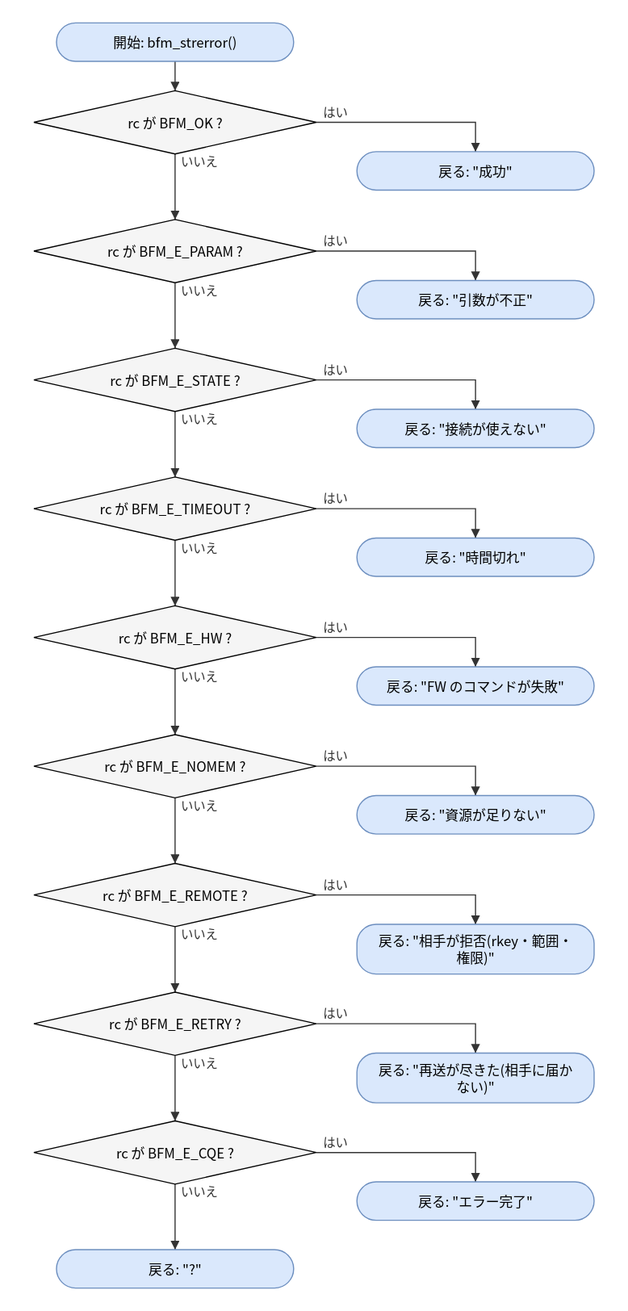
hf355051012-ai/bfmem keeps this draw.io diagram as doc/spec/images/flow_src_bfm_ops-bfm_strerror.drawio.svg. Above is the earlier version. Source tidied: cells renumbered, new cells last; positions are measured from the earlier drawing's top-left corner, leaving out a move shared by most shapes.
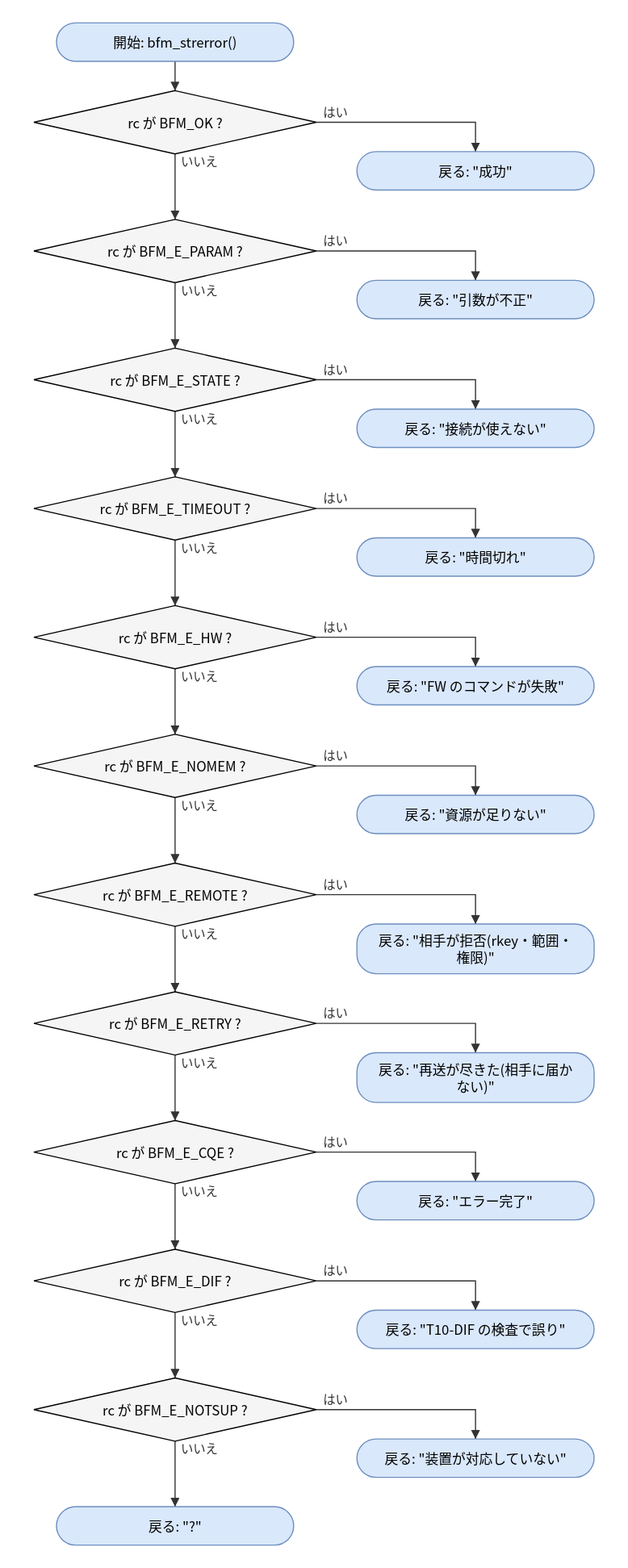
The same file after the commit.

Change to the diagram source:
```diff
@@ -59,9 +59,21 @@
     <mxCell id="20" value="戻る: &amp;quot;エラー完了&amp;quot;" style="rounded=1;arcSize=50;whiteSpace=wrap;html=1;fillColor=#dae8fc;strokeColor=#6c8ebf;" parent="1" vertex="1">
       <mxGeometry x="286" y="1026" width="210" height="34" as="geometry" />
     </mxCell>
-    <mxCell id="21" value="戻る: &amp;quot;?&amp;quot;" style="rounded=1;arcSize=50;whiteSpace=wrap;html=1;fillColor=#dae8fc;strokeColor=#6c8ebf;" parent="1" vertex="1">
-      <mxGeometry x="20" y="1086" width="210" height="34" as="geometry" />
+    <mxCell id="21" value="rc が BFM_E_DIF ?" style="rhombus;whiteSpace=wrap;html=1;fillColor=#f5f5f5;" parent="1" vertex="1">
+      <mxGeometry y="1086" width="250" height="56" as="geometry" />
     </mxCell>
+    <mxCell id="41" value="戻る: &amp;quot;T10-DIF の検査で誤り&amp;quot;" style="rounded=1;arcSize=50;whiteSpace=wrap;html=1;fillColor=#dae8fc;strokeColor=#6c8ebf;" parent="1" vertex="1">
+      <mxGeometry x="286" y="1140" width="210" height="34" as="geometry" />
+    </mxCell>
+    <mxCell id="42" value="rc が BFM_E_NOTSUP ?" style="rhombus;whiteSpace=wrap;html=1;fillColor=#f5f5f5;" parent="1" vertex="1">
+      <mxGeometry y="1200" width="250" height="56" as="geometry" />
+    </mxCell>
+    <mxCell id="43" value="戻る: &amp;quot;装置が対応していない&amp;quot;" style="rounded=1;arcSize=50;whiteSpace=wrap;html=1;fillColor=#dae8fc;strokeColor=#6c8ebf;" parent="1" vertex="1">
+      <mxGeometry x="286" y="1254" width="210" height="34" as="geometry" />
+    </mxCell>
+    <mxCell id="44" value="戻る: &amp;quot;?&amp;quot;" style="rounded=1;arcSize=50;whiteSpace=wrap;html=1;fillColor=#dae8fc;strokeColor=#6c8ebf;" parent="1" vertex="1">
+      <mxGeometry x="20" y="1314" width="210" height="34" as="geometry" />
+    </mxCell>
     <mxCell id="22" style="edgeStyle=none;html=1;rounded=0;endArrow=block;endFill=1;exitX=0.5000;exitY=1.0000;exitDx=0;exitDy=0;exitPerimeter=0;entryX=0.5000;entryY=0.0000;entryDx=0;entryDy=0;entryPerimeter=0;" parent="1" edge="1" source="2" target="3">
       <mxGeometry relative="1" as="geometry" />
     </mxCell>
@@ -155,5 +167,25 @@
     <mxCell id="40" value="いいえ" style="edgeStyle=none;html=1;rounded=0;endArrow=block;endFill=1;exitX=0.5000;exitY=1.0000;exitDx=0;exitDy=0;exitPerimeter=0;entryX=0.5000;entryY=0.0000;entryDx=0;entryDy=0;entryPerimeter=0;" parent="1" edge="1" source="19" target="21">
       <mxGeometry relative="1" as="geometry" />
     </mxCell>
+    <mxCell id="45" value="はい" style="edgeStyle=none;html=1;rounded=0;endArrow=block;endFill=1;exitX=1.0000;exitY=0.5000;exitDx=0;exitDy=0;exitPerimeter=0;entryX=0.5000;entryY=0.0000;entryDx=0;entryDy=0;entryPerimeter=0;" parent="1" edge="1" source="21" target="41">
+      <mxGeometry relative="1" as="geometry">
+        <Array as="points">
+          <mxPoint x="391" y="1114" />
+        </Array>
+      </mxGeometry>
+    </mxCell>
+    <mxCell id="46" value="いいえ" style="edgeStyle=none;html=1;rounded=0;endArrow=block;endFill=1;exitX=0.5000;exitY=1.0000;exitDx=0;exitDy=0;exitPerimeter=0;entryX=0.5000;entryY=0.0000;entryDx=0;entryDy=0;entryPerimeter=0;" parent="1" edge="1" source="21" target="42">
+      <mxGeometry relative="1" as="geometry" />
+    </mxCell>
+    <mxCell id="47" value="はい" style="edgeStyle=none;html=1;rounded=0;endArrow=block;endFill=1;exitX=1.0000;exitY=0.5000;exitDx=0;exitDy=0;exitPerimeter=0;entryX=0.5000;entryY=0.0000;entryDx=0;entryDy=0;entryPerimeter=0;" parent="1" edge="1" source="42" target="43">
+      <mxGeometry relative="1" as="geometry">
+        <Array as="points">
+          <mxPoint x="391" y="1228" />
+        </Array>
+      </mxGeometry>
+    </mxCell>
+    <mxCell id="48" value="いいえ" style="edgeStyle=none;html=1;rounded=0;endArrow=block;endFill=1;exitX=0.5000;exitY=1.0000;exitDx=0;exitDy=0;exitPerimeter=0;entryX=0.5000;entryY=0.0000;entryDx=0;entryDy=0;entryPerimeter=0;" parent="1" edge="1" source="42" target="44">
+      <mxGeometry relative="1" as="geometry" />
+    </mxCell>
   </root>
 </mxGraphModel>
```
